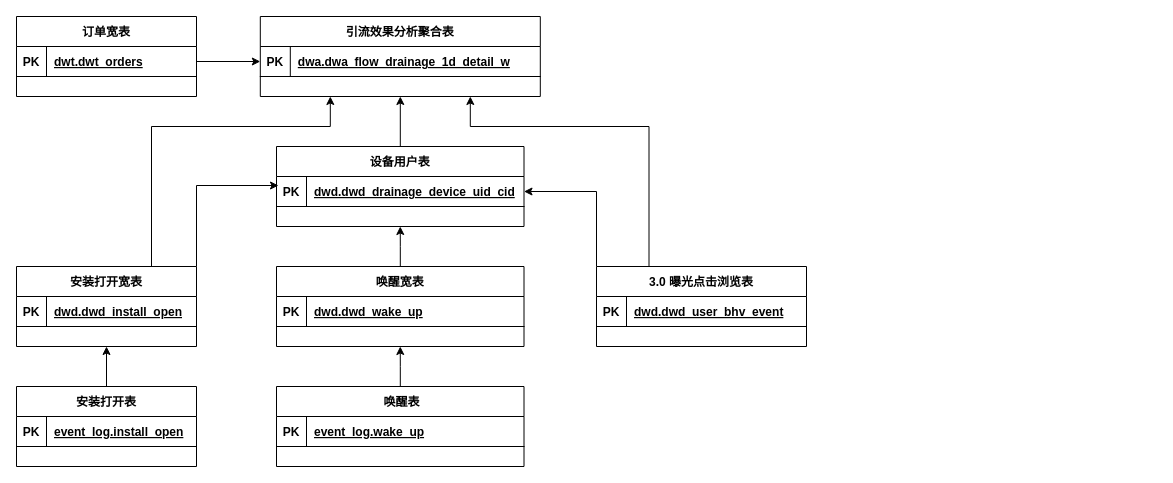
chuangehh/architecture_diagram keeps this draw.io diagram as m端引流需求.drawio. Above is the earlier version. Source tidied: cells renumbered, new cells numbered last; positions are measured from the earlier drawing's top-left corner, leaving out a move shared by most shapes. Both pictures are drawn from the tidied source at 100%, with x=0, y=0 at pixel (16, 16).
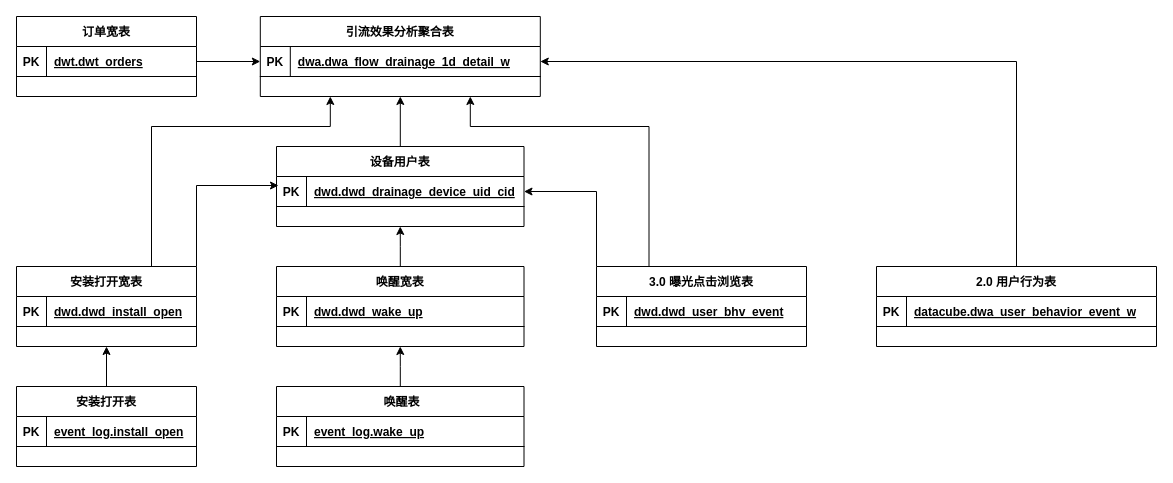
The same diagram, later.

Commit message (it also covers changes not shown here):
更新m端引流需求.drawio

Unchanged cells that the change refers to:
```xml
<mxCell id="35" style="shape=tableRow;horizontal=0;startSize=0;swimlaneHead=0;swimlaneBody=0;fillColor=none;points=[[0,0.5],[1,0.5]];portConstraint=eastwest;top=0;left=0;right=0;bottom=1;" parent="34" vertex="1">
  <mxGeometry y="30" width="280" height="30" as="geometry" />
</mxCell>
```

The edit, as a diff of the source:
```diff
@@
+    <mxCell id="43" style="edgeStyle=orthogonalEdgeStyle;rounded=0;jettySize=auto;html=1;entryX=1;entryY=0.5;entryDx=0;entryDy=0;" parent="1" edge="1" source="44" target="35">
+      <mxGeometry relative="1" as="geometry" />
+    </mxCell>
+    <mxCell id="44" value="2.0 用户行为表" style="shape=table;startSize=30;childLayout=tableLayout;rowLines=0;fontStyle=1;align=center;" parent="1" vertex="1">
+      <mxGeometry x="860" y="250" width="280" height="80" as="geometry" />
+    </mxCell>
+    <mxCell id="45" style="shape=tableRow;horizontal=0;startSize=0;swimlaneHead=0;swimlaneBody=0;fillColor=none;top=0;left=0;right=0;bottom=1;" parent="44" vertex="1">
+      <mxGeometry y="30" width="280" height="30" as="geometry" />
+    </mxCell>
+    <mxCell id="46" value="PK" style="shape=partialRectangle;fillColor=none;top=0;left=0;bottom=0;right=0;fontStyle=1;overflow=hidden;" parent="45" vertex="1">
+      <mxGeometry width="30" height="30" as="geometry" />
+    </mxCell>
+    <mxCell id="47" value="datacube.dwa_user_behavior_event_w" style="shape=partialRectangle;fillColor=none;top=0;left=0;bottom=0;right=0;align=left;spacingLeft=6;fontStyle=5;overflow=hidden;" parent="45" vertex="1">
+      <mxGeometry x="30" width="250" height="30" as="geometry" />
+    </mxCell>
```
